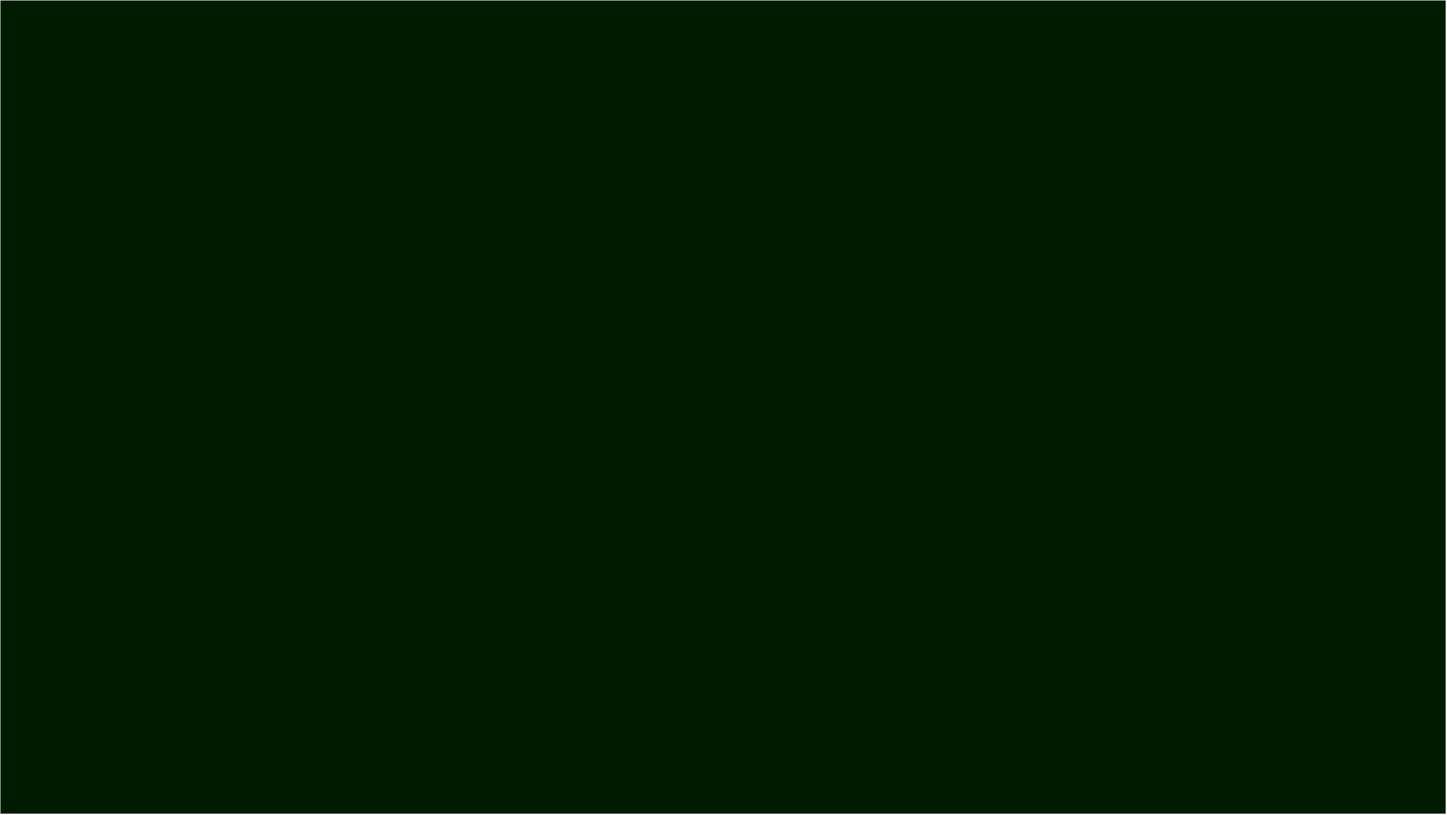
Earlier version of the draw.io export themes/images/slide-wide/dark/slide-wide-dark-title.drawio.svg (yiwkr/asciidoc-docs-tempalte). Source tidied: cells renumbered, new cells last; positions are measured from the earlier drawing's top-left corner, leaving out a move shared by most shapes. The source it was exported from:
```xml
<mxGraphModel>
  <root>
    <mxCell id="0" />
    <mxCell id="1" parent="0" />
    <mxCell id="2" style="rounded=0;whiteSpace=wrap;html=1;fillColor=none;strokeColor=none;" parent="1" vertex="1">
      <mxGeometry width="1600" height="900" as="geometry" />
    </mxCell>
    <mxCell id="3" style="rounded=0;whiteSpace=wrap;html=1;strokeColor=none;fillColor=#001C00;fontColor=#ffffff;" parent="1" vertex="1">
      <mxGeometry width="1600" height="900" as="geometry" />
    </mxCell>
  </root>
</mxGraphModel>
```
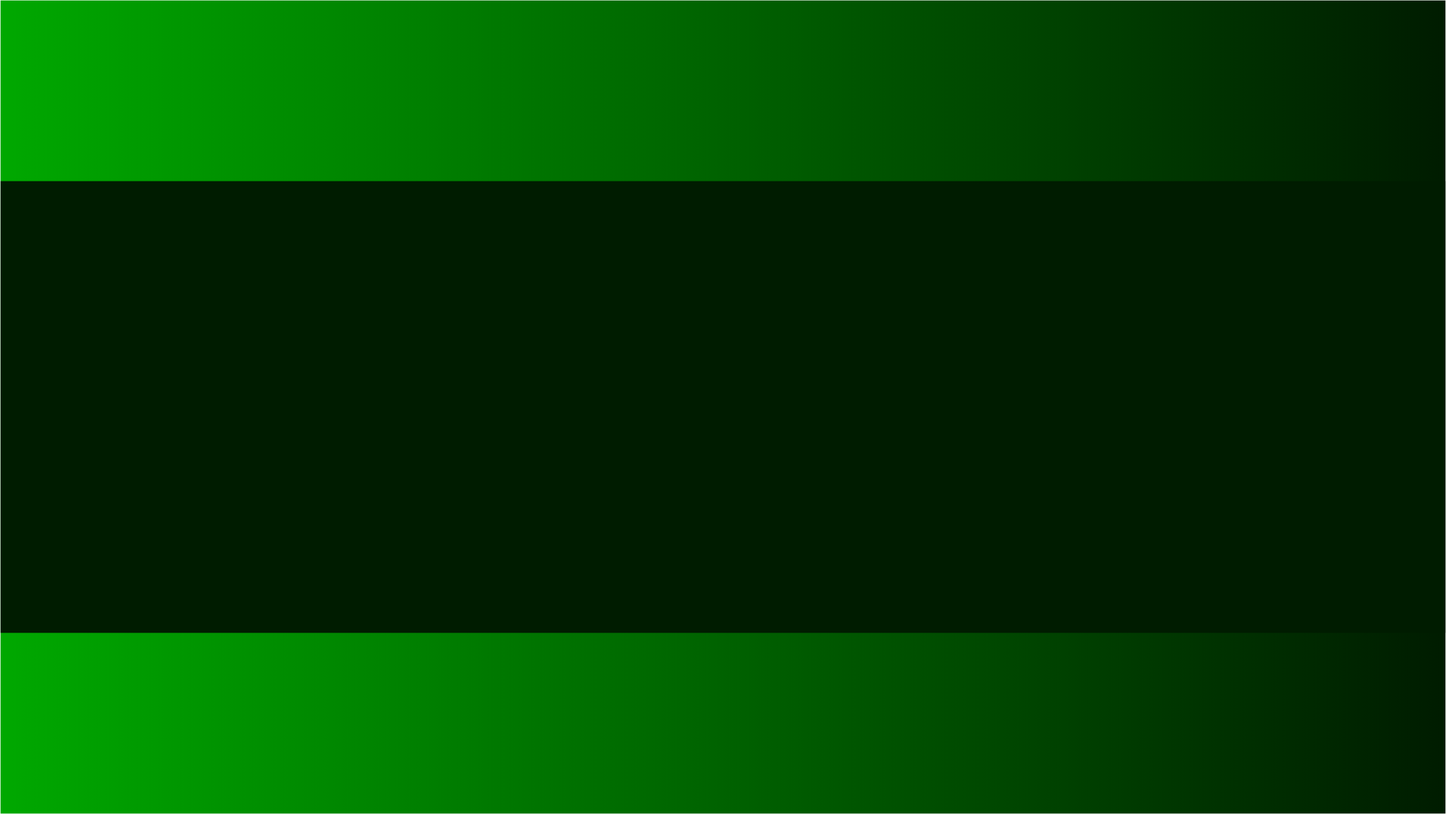
The same diagram one commit later.

Change to the diagram source:
```diff
@@ -2,11 +2,11 @@
   <root>
     <mxCell id="0" />
     <mxCell id="1" parent="0" />
-    <mxCell id="2" style="rounded=0;whiteSpace=wrap;html=1;fillColor=none;strokeColor=none;" parent="1" vertex="1">
+    <mxCell id="2" style="rounded=0;whiteSpace=wrap;html=1;fillColor=#00A800;strokeColor=none;gradientColor=#001C00;gradientDirection=east;" parent="1" vertex="1">
       <mxGeometry width="1600" height="900" as="geometry" />
     </mxCell>
     <mxCell id="3" style="rounded=0;whiteSpace=wrap;html=1;strokeColor=none;fillColor=#001C00;fontColor=#ffffff;" parent="1" vertex="1">
-      <mxGeometry width="1600" height="900" as="geometry" />
+      <mxGeometry y="200" width="1600" height="500" as="geometry" />
     </mxCell>
   </root>
 </mxGraphModel>
```
